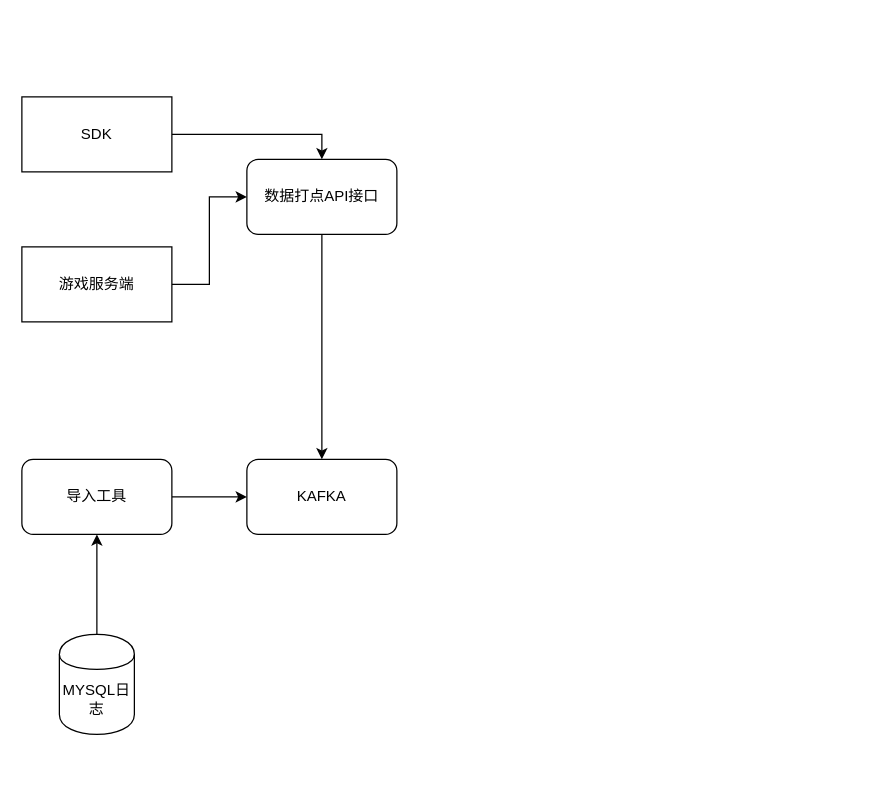
The draw.io diagram 行为分析架构图.drawio in gulinfang/r2docs, before the edit. Source tidied: cells renumbered, new cells numbered last; positions are measured from the earlier drawing's top-left corner, leaving out a move shared by most shapes. Both pictures are drawn from the tidied source at 125%, with x=0, y=0 at pixel (21, 96).
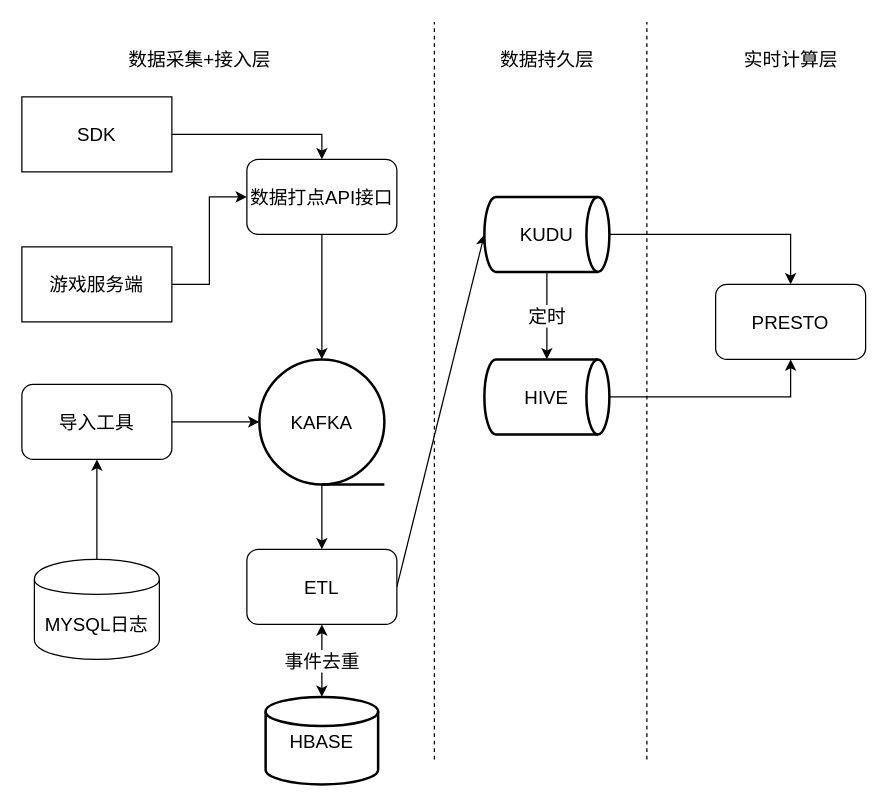
Above is the later version.

Commit message:
更新行为分析架构图.drawio

What changed in the source:
```diff
@@
-    <mxCell id="2" style="edgeStyle=orthogonalEdgeStyle;rounded=0;jettySize=auto;html=1;entryX=0.5;entryY=0;entryDx=0;entryDy=0;" parent="1" edge="1" source="3" target="8">
+    <mxCell id="2" style="edgeStyle=orthogonalEdgeStyle;rounded=0;jettySize=auto;html=1;entryX=0.5;entryY=0;entryDx=0;entryDy=0;entryPerimeter=0;fontStyle=0;fontSize=15;" parent="1" edge="1" source="3" target="8">
       <mxGeometry relative="1" as="geometry" />
     </mxCell>
-    <mxCell id="3" value="数据打点API接口" style="rounded=1;whiteSpace=wrap;html=1;" parent="1" vertex="1">
+    <mxCell id="3" value="数据打点API接口" style="rounded=1;whiteSpace=wrap;html=1;fontStyle=0;fontSize=15;" parent="1" vertex="1">
       <mxGeometry x="180" y="50" width="120" height="60" as="geometry" />
     </mxCell>
-    <mxCell id="4" style="edgeStyle=orthogonalEdgeStyle;rounded=0;jettySize=auto;html=1;entryX=0.5;entryY=0;entryDx=0;entryDy=0;" parent="1" edge="1" source="5" target="3">
+    <mxCell id="4" style="edgeStyle=orthogonalEdgeStyle;rounded=0;jettySize=auto;html=1;entryX=0.5;entryY=0;entryDx=0;entryDy=0;fontStyle=0;fontSize=15;" parent="1" edge="1" source="5" target="3">
       <mxGeometry relative="1" as="geometry" />
     </mxCell>
-    <mxCell id="5" value="SDK" style="rounded=0;whiteSpace=wrap;html=1;" parent="1" vertex="1">
+    <mxCell id="5" value="SDK" style="rounded=0;whiteSpace=wrap;html=1;fontStyle=0;fontSize=15;" parent="1" vertex="1">
       <mxGeometry width="120" height="60" as="geometry" />
     </mxCell>
-    <mxCell id="6" style="edgeStyle=orthogonalEdgeStyle;rounded=0;jettySize=auto;html=1;entryX=0;entryY=0.5;entryDx=0;entryDy=0;" parent="1" edge="1" source="7" target="3">
+    <mxCell id="6" style="edgeStyle=orthogonalEdgeStyle;rounded=0;jettySize=auto;html=1;entryX=0;entryY=0.5;entryDx=0;entryDy=0;fontStyle=0;fontSize=15;" parent="1" edge="1" source="7" target="3">
       <mxGeometry relative="1" as="geometry" />
     </mxCell>
-    <mxCell id="7" value="游戏服务端" style="rounded=0;whiteSpace=wrap;html=1;" parent="1" vertex="1">
+    <mxCell id="7" value="游戏服务端" style="rounded=0;whiteSpace=wrap;html=1;fontStyle=0;fontSize=15;" parent="1" vertex="1">
       <mxGeometry y="120" width="120" height="60" as="geometry" />
     </mxCell>
-    <mxCell id="8" value="KAFKA" style="rounded=1;whiteSpace=wrap;html=1;" parent="1" vertex="1">
-      <mxGeometry x="180" y="290" width="120" height="60" as="geometry" />
-    </mxCell>
+    <mxCell id="13" style="edgeStyle=orthogonalEdgeStyle;rounded=0;jettySize=auto;html=1;exitX=0.5;exitY=1;exitDx=0;exitDy=0;exitPerimeter=0;fontStyle=0;fontSize=15;" parent="1" edge="1" source="8" target="16">
+      <mxGeometry relative="1" as="geometry" />
+    </mxCell>
+    <mxCell id="14" style="rounded=0;jettySize=auto;html=1;entryX=0;entryY=0.5;entryDx=0;entryDy=0;entryPerimeter=0;exitX=1;exitY=0.5;exitDx=0;exitDy=0;fontStyle=0;fontSize=15;" parent="1" edge="1" source="16" target="19">
+      <mxGeometry relative="1" as="geometry" />
+    </mxCell>
+    <mxCell id="15" value="事件去重" style="edgeStyle=none;rounded=0;jettySize=auto;html=1;startArrow=classic;startFill=1;fontStyle=0;fontSize=15;" parent="1" edge="1" source="16" target="24">
+      <mxGeometry relative="1" as="geometry" />
+    </mxCell>
+    <mxCell id="16" value="ETL" style="rounded=1;whiteSpace=wrap;html=1;fontStyle=0;fontSize=15;" parent="1" vertex="1">
+      <mxGeometry x="180" y="362" width="120" height="60" as="geometry" />
+    </mxCell>
-    <mxCell id="9" style="edgeStyle=orthogonalEdgeStyle;rounded=0;jettySize=auto;html=1;" parent="1" edge="1" source="10" target="8">
+    <mxCell id="9" style="edgeStyle=orthogonalEdgeStyle;rounded=0;jettySize=auto;html=1;entryX=0;entryY=0.5;entryDx=0;entryDy=0;entryPerimeter=0;fontStyle=0;fontSize=15;" parent="1" edge="1" source="10" target="8">
       <mxGeometry relative="1" as="geometry" />
     </mxCell>
-    <mxCell id="10" value="导入工具" style="rounded=1;whiteSpace=wrap;html=1;" parent="1" vertex="1">
-      <mxGeometry y="290" width="120" height="60" as="geometry" />
+    <mxCell id="10" value="导入工具" style="rounded=1;whiteSpace=wrap;html=1;fontStyle=0;fontSize=15;" parent="1" vertex="1">
+      <mxGeometry y="230" width="120" height="60" as="geometry" />
     </mxCell>
-    <mxCell id="11" style="edgeStyle=orthogonalEdgeStyle;rounded=0;jettySize=auto;html=1;" parent="1" edge="1" source="12" target="10">
+    <mxCell id="11" style="edgeStyle=orthogonalEdgeStyle;rounded=0;jettySize=auto;html=1;fontStyle=0;fontSize=15;" parent="1" edge="1" source="12" target="10">
       <mxGeometry relative="1" as="geometry" />
     </mxCell>
-    <mxCell id="12" value="MYSQL日志" style="shape=cylinder;whiteSpace=wrap;html=1;boundedLbl=1;backgroundOutline=1;" parent="1" vertex="1">
-      <mxGeometry x="30" y="430" width="60" height="80" as="geometry" />
+    <mxCell id="12" value="MYSQL日志" style="shape=cylinder;whiteSpace=wrap;html=1;boundedLbl=1;backgroundOutline=1;fontStyle=0;fontSize=15;" parent="1" vertex="1">
+      <mxGeometry x="10" y="370" width="100" height="80" as="geometry" />
     </mxCell>
+    <mxCell id="8" value="KAFKA" style="strokeWidth=2;html=1;shape=mxgraph.flowchart.sequential_data;whiteSpace=wrap;fontStyle=0;fontSize=15;" parent="1" vertex="1">
+      <mxGeometry x="190" y="210" width="100" height="100" as="geometry" />
+    </mxCell>
+    <mxCell id="17" value="定时" style="edgeStyle=none;rounded=0;jettySize=auto;html=1;fontStyle=0;fontSize=15;" parent="1" edge="1" source="19" target="22">
+      <mxGeometry relative="1" as="geometry" />
+    </mxCell>
+    <mxCell id="18" style="edgeStyle=orthogonalEdgeStyle;rounded=0;jettySize=auto;html=1;startArrow=none;startFill=0;entryX=0.5;entryY=0;entryDx=0;entryDy=0;fontStyle=0;fontSize=15;" parent="1" edge="1" source="19" target="25">
+      <mxGeometry relative="1" as="geometry" />
+    </mxCell>
+    <mxCell id="19" value="KUDU" style="strokeWidth=2;html=1;shape=mxgraph.flowchart.direct_data;whiteSpace=wrap;fontStyle=0;fontSize=15;" parent="1" vertex="1">
+      <mxGeometry x="370" y="80" width="100" height="60" as="geometry" />
+    </mxCell>
+    <mxCell id="20" style="endArrow=none;dashed=1;html=1;fontStyle=0;fontSize=15;" parent="1" edge="1">
+      <mxGeometry relative="1" as="geometry">
+        <mxPoint x="330" y="530" as="sourcePoint" />
+        <mxPoint x="330" y="-60" as="targetPoint" />
+      </mxGeometry>
+    </mxCell>
+    <mxCell id="21" style="edgeStyle=orthogonalEdgeStyle;rounded=0;jettySize=auto;html=1;startArrow=none;startFill=0;entryX=0.5;entryY=1;entryDx=0;entryDy=0;fontStyle=0;fontSize=15;" parent="1" edge="1" source="22" target="25">
+      <mxGeometry relative="1" as="geometry" />
+    </mxCell>
+    <mxCell id="22" value="HIVE" style="strokeWidth=2;html=1;shape=mxgraph.flowchart.direct_data;whiteSpace=wrap;fontStyle=0;fontSize=15;" parent="1" vertex="1">
+      <mxGeometry x="370" y="210" width="100" height="60" as="geometry" />
+    </mxCell>
+    <mxCell id="23" style="endArrow=none;dashed=1;html=1;fontStyle=0;fontSize=15;" parent="1" edge="1">
+      <mxGeometry relative="1" as="geometry">
+        <mxPoint x="500" y="530" as="sourcePoint" />
+        <mxPoint x="500" y="-60" as="targetPoint" />
+      </mxGeometry>
+    </mxCell>
+    <mxCell id="24" value="HBASE" style="strokeWidth=2;html=1;shape=mxgraph.flowchart.database;whiteSpace=wrap;fontStyle=0;fontSize=15;" parent="1" vertex="1">
+      <mxGeometry x="195" y="480" width="90" height="70" as="geometry" />
+    </mxCell>
+    <mxCell id="25" value="PRESTO" style="rounded=1;whiteSpace=wrap;html=1;fontStyle=0;fontSize=15;" parent="1" vertex="1">
+      <mxGeometry x="555" y="150" width="120" height="60" as="geometry" />
+    </mxCell>
+    <mxCell id="26" value="数据持久层" style="text;html=1;align=center;verticalAlign=middle;fontStyle=0;fontSize=15;" parent="1" vertex="1">
+      <mxGeometry x="375" y="-40" width="90" height="20" as="geometry" />
+    </mxCell>
+    <mxCell id="27" value="实时计算层" style="text;html=1;align=center;verticalAlign=middle;fontStyle=0;fontSize=15;" parent="1" vertex="1">
+      <mxGeometry x="570" y="-40" width="90" height="20" as="geometry" />
+    </mxCell>
+    <mxCell id="28" value="数据采集+接入层" style="text;html=1;align=center;verticalAlign=middle;fontStyle=0;fontSize=15;" parent="1" vertex="1">
+      <mxGeometry x="77" y="-40" width="130" height="20" as="geometry" />
+    </mxCell>
```
